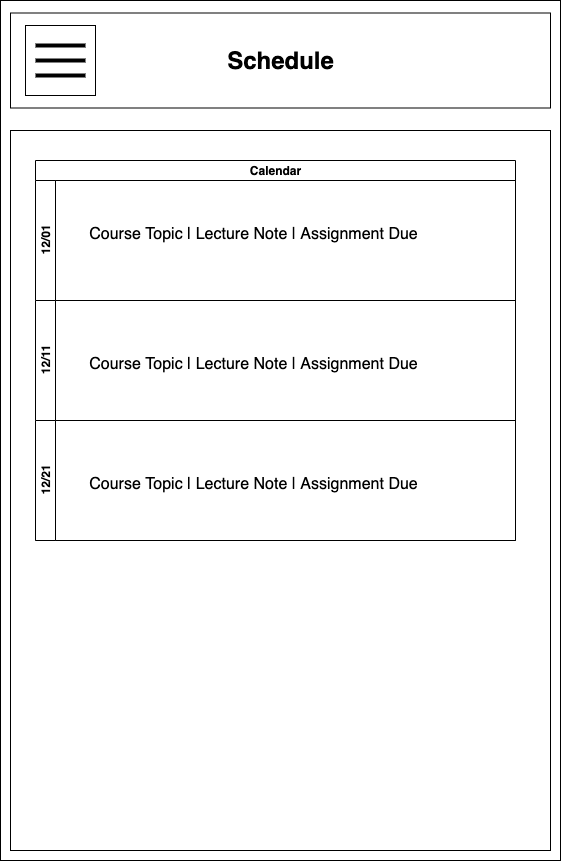
This is ux-design/Wireframe-Course-Homepage.png from software-assignments-spring2021/spring-2020-basic-thunder, a draw.io export, as it was before one commit. Source tidied: cells renumbered, new cells last; positions are measured from the earlier drawing's top-left corner, leaving out a move shared by most shapes. Source of this version:
```xml
<mxGraphModel>
  <root>
    <mxCell id="0" />
    <mxCell id="1" parent="0" />
    <mxCell id="2" style="rounded=0;whiteSpace=wrap;html=1;" parent="1" vertex="1">
      <mxGeometry width="560" height="860" as="geometry" />
    </mxCell>
    <mxCell id="3" style="rounded=0;whiteSpace=wrap;html=1;" parent="1" vertex="1">
      <mxGeometry x="10" y="12.5" width="540" height="95" as="geometry" />
    </mxCell>
    <mxCell id="4" value="Schedule" style="text;strokeColor=none;fillColor=none;html=1;fontSize=24;fontStyle=1;verticalAlign=middle;align=center;" parent="1" vertex="1">
      <mxGeometry x="230" y="40" width="100" height="40" as="geometry" />
    </mxCell>
    <mxCell id="5" style="whiteSpace=wrap;html=1;" parent="1" vertex="1">
      <mxGeometry x="25" y="25" width="70" height="70" as="geometry" />
    </mxCell>
    <mxCell id="6" style="line;strokeWidth=4;html=1;perimeter=backbonePerimeter;" parent="1" vertex="1">
      <mxGeometry x="35" y="40" width="50" height="10" as="geometry" />
    </mxCell>
    <mxCell id="7" style="line;strokeWidth=4;html=1;perimeter=backbonePerimeter;" parent="1" vertex="1">
      <mxGeometry x="35" y="55" width="50" height="10" as="geometry" />
    </mxCell>
    <mxCell id="8" style="line;strokeWidth=4;html=1;perimeter=backbonePerimeter;" parent="1" vertex="1">
      <mxGeometry x="35" y="70" width="50" height="10" as="geometry" />
    </mxCell>
    <mxCell id="9" style="rounded=0;whiteSpace=wrap;html=1;" parent="1" vertex="1">
      <mxGeometry x="10" y="130" width="540" height="720" as="geometry" />
    </mxCell>
    <mxCell id="10" value="Calendar" style="swimlane;html=1;horizontal=1;startSize=20;" parent="1" vertex="1">
      <mxGeometry x="35" y="160" width="480" height="380" as="geometry" />
    </mxCell>
    <mxCell id="11" value="12/01" style="swimlane;html=1;startSize=20;horizontal=0;" parent="10" vertex="1">
      <mxGeometry y="20" width="480" height="120" as="geometry" />
    </mxCell>
    <mxCell id="12" value="12/11" style="swimlane;html=1;startSize=20;horizontal=0;" parent="10" vertex="1">
      <mxGeometry y="140" width="480" height="120" as="geometry" />
    </mxCell>
    <mxCell id="13" value="12/21" style="swimlane;html=1;startSize=20;horizontal=0;" parent="10" vertex="1">
      <mxGeometry y="260" width="480" height="120" as="geometry" />
    </mxCell>
    <mxCell id="14" value="&lt;span style=&quot;font-weight: normal&quot;&gt;&lt;font style=&quot;font-size: 16px&quot;&gt;Course Topic | Lecture Note | Assignment Due&lt;/font&gt;&lt;/span&gt;" style="text;strokeColor=none;fillColor=none;html=1;fontSize=24;fontStyle=1;verticalAlign=middle;align=center;" parent="1" vertex="1">
      <mxGeometry x="85" y="210" width="335" height="40" as="geometry" />
    </mxCell>
    <mxCell id="15" value="&lt;span style=&quot;font-weight: normal&quot;&gt;&lt;font style=&quot;font-size: 16px&quot;&gt;Course Topic | Lecture Note | Assignment Due&lt;/font&gt;&lt;/span&gt;" style="text;strokeColor=none;fillColor=none;html=1;fontSize=24;fontStyle=1;verticalAlign=middle;align=center;" parent="1" vertex="1">
      <mxGeometry x="85" y="340" width="335" height="40" as="geometry" />
    </mxCell>
    <mxCell id="16" value="&lt;span style=&quot;font-weight: normal&quot;&gt;&lt;font style=&quot;font-size: 16px&quot;&gt;Course Topic | Lecture Note | Assignment Due&lt;/font&gt;&lt;/span&gt;" style="text;strokeColor=none;fillColor=none;html=1;fontSize=24;fontStyle=1;verticalAlign=middle;align=center;" parent="1" vertex="1">
      <mxGeometry x="85" y="460" width="335" height="40" as="geometry" />
    </mxCell>
  </root>
</mxGraphModel>
```
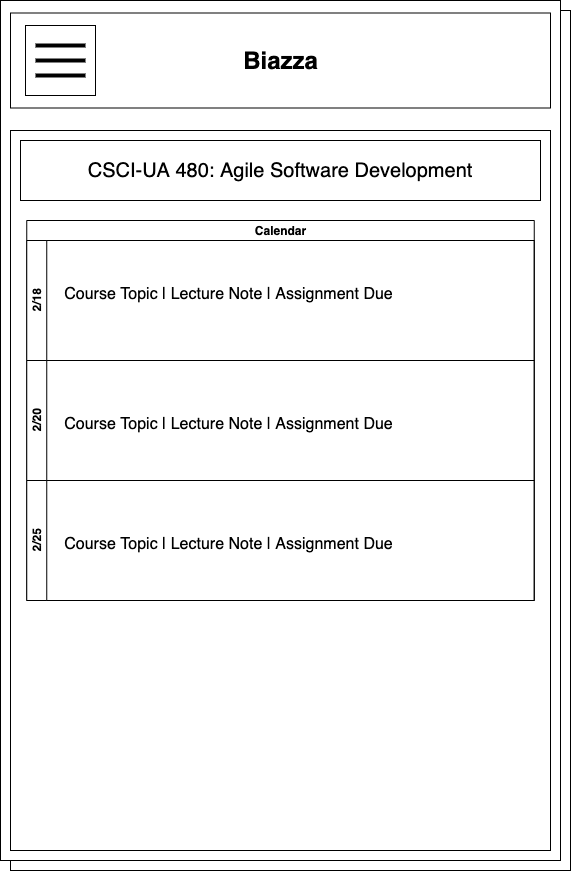
The same file after the commit.

Commit message:
update wireframe diagram design

Change to the diagram source:
```diff
@@ -8,9 +8,9 @@
     <mxCell id="3" style="rounded=0;whiteSpace=wrap;html=1;" parent="1" vertex="1">
       <mxGeometry x="10" y="12.5" width="540" height="95" as="geometry" />
     </mxCell>
-    <mxCell id="4" value="Schedule" style="text;strokeColor=none;fillColor=none;html=1;fontSize=24;fontStyle=1;verticalAlign=middle;align=center;" parent="1" vertex="1">
-      <mxGeometry x="230" y="40" width="100" height="40" as="geometry" />
-    </mxCell>
+    <mxCell id="17" value="Biazza" style="text;strokeColor=none;fillColor=none;html=1;fontSize=24;fontStyle=1;verticalAlign=middle;align=center;" parent="1" vertex="1">
+      <mxGeometry x="230" y="40" width="100" height="40" as="geometry" />
+    </mxCell>
     <mxCell id="5" style="whiteSpace=wrap;html=1;" parent="1" vertex="1">
       <mxGeometry x="25" y="25" width="70" height="70" as="geometry" />
     </mxCell>
@@ -26,26 +26,74 @@
     <mxCell id="9" style="rounded=0;whiteSpace=wrap;html=1;" parent="1" vertex="1">
       <mxGeometry x="10" y="130" width="540" height="720" as="geometry" />
     </mxCell>
-    <mxCell id="10" value="Calendar" style="swimlane;html=1;horizontal=1;startSize=20;" parent="1" vertex="1">
-      <mxGeometry x="35" y="160" width="480" height="380" as="geometry" />
-    </mxCell>
+    <mxCell id="18" value="Calendar" style="swimlane;html=1;horizontal=1;startSize=20;" parent="1" vertex="1">
+      <mxGeometry x="35" y="300" width="480" height="380" as="geometry" />
+    </mxCell>
-    <mxCell id="11" value="12/01" style="swimlane;html=1;startSize=20;horizontal=0;" parent="10" vertex="1">
+    <mxCell id="11" value="12/01" style="swimlane;html=1;startSize=20;horizontal=0;" parent="18" vertex="1">
       <mxGeometry y="20" width="480" height="120" as="geometry" />
     </mxCell>
-    <mxCell id="12" value="12/11" style="swimlane;html=1;startSize=20;horizontal=0;" parent="10" vertex="1">
+    <mxCell id="12" value="12/11" style="swimlane;html=1;startSize=20;horizontal=0;" parent="18" vertex="1">
       <mxGeometry y="140" width="480" height="120" as="geometry" />
     </mxCell>
-    <mxCell id="13" value="12/21" style="swimlane;html=1;startSize=20;horizontal=0;" parent="10" vertex="1">
+    <mxCell id="13" value="12/21" style="swimlane;html=1;startSize=20;horizontal=0;" parent="18" vertex="1">
       <mxGeometry y="260" width="480" height="120" as="geometry" />
     </mxCell>
-    <mxCell id="14" value="&lt;span style=&quot;font-weight: normal&quot;&gt;&lt;font style=&quot;font-size: 16px&quot;&gt;Course Topic | Lecture Note | Assignment Due&lt;/font&gt;&lt;/span&gt;" style="text;strokeColor=none;fillColor=none;html=1;fontSize=24;fontStyle=1;verticalAlign=middle;align=center;" parent="1" vertex="1">
-      <mxGeometry x="85" y="210" width="335" height="40" as="geometry" />
-    </mxCell>
-    <mxCell id="15" value="&lt;span style=&quot;font-weight: normal&quot;&gt;&lt;font style=&quot;font-size: 16px&quot;&gt;Course Topic | Lecture Note | Assignment Due&lt;/font&gt;&lt;/span&gt;" style="text;strokeColor=none;fillColor=none;html=1;fontSize=24;fontStyle=1;verticalAlign=middle;align=center;" parent="1" vertex="1">
-      <mxGeometry x="85" y="340" width="335" height="40" as="geometry" />
-    </mxCell>
-    <mxCell id="16" value="&lt;span style=&quot;font-weight: normal&quot;&gt;&lt;font style=&quot;font-size: 16px&quot;&gt;Course Topic | Lecture Note | Assignment Due&lt;/font&gt;&lt;/span&gt;" style="text;strokeColor=none;fillColor=none;html=1;fontSize=24;fontStyle=1;verticalAlign=middle;align=center;" parent="1" vertex="1">
-      <mxGeometry x="85" y="460" width="335" height="40" as="geometry" />
-    </mxCell>
+    <mxCell id="19" value="&lt;span style=&quot;font-weight: normal&quot;&gt;&lt;font style=&quot;font-size: 16px&quot;&gt;Course Topic | Lecture Note | Assignment Due&lt;/font&gt;&lt;/span&gt;" style="text;strokeColor=none;fillColor=none;html=1;fontSize=24;fontStyle=1;verticalAlign=middle;align=center;" parent="1" vertex="1">
+      <mxGeometry x="85" y="350" width="335" height="40" as="geometry" />
+    </mxCell>
+    <mxCell id="20" value="&lt;span style=&quot;font-weight: normal&quot;&gt;&lt;font style=&quot;font-size: 16px&quot;&gt;Course Topic | Lecture Note | Assignment Due&lt;/font&gt;&lt;/span&gt;" style="text;strokeColor=none;fillColor=none;html=1;fontSize=24;fontStyle=1;verticalAlign=middle;align=center;" parent="1" vertex="1">
+      <mxGeometry x="85" y="480" width="335" height="40" as="geometry" />
+    </mxCell>
+    <mxCell id="21" value="&lt;span style=&quot;font-weight: normal&quot;&gt;&lt;font style=&quot;font-size: 16px&quot;&gt;Course Topic | Lecture Note | Assignment Due&lt;/font&gt;&lt;/span&gt;" style="text;strokeColor=none;fillColor=none;html=1;fontSize=24;fontStyle=1;verticalAlign=middle;align=center;" parent="1" vertex="1">
+      <mxGeometry x="85" y="600" width="335" height="40" as="geometry" />
+    </mxCell>
+    <mxCell id="22" style="rounded=0;whiteSpace=wrap;html=1;" parent="1" vertex="1">
+      <mxGeometry x="-10" y="-10" width="560" height="860" as="geometry" />
+    </mxCell>
+    <mxCell id="23" style="rounded=0;whiteSpace=wrap;html=1;" parent="1" vertex="1">
+      <mxGeometry y="2.5" width="540" height="95" as="geometry" />
+    </mxCell>
+    <mxCell id="24" value="Biazza" style="text;strokeColor=none;fillColor=none;html=1;fontSize=24;fontStyle=1;verticalAlign=middle;align=center;" parent="1" vertex="1">
+      <mxGeometry x="220" y="30" width="100" height="40" as="geometry" />
+    </mxCell>
+    <mxCell id="25" style="whiteSpace=wrap;html=1;" parent="1" vertex="1">
+      <mxGeometry x="15" y="15" width="70" height="70" as="geometry" />
+    </mxCell>
+    <mxCell id="26" style="line;strokeWidth=4;html=1;perimeter=backbonePerimeter;" parent="1" vertex="1">
+      <mxGeometry x="25" y="30" width="50" height="10" as="geometry" />
+    </mxCell>
+    <mxCell id="27" style="line;strokeWidth=4;html=1;perimeter=backbonePerimeter;" parent="1" vertex="1">
+      <mxGeometry x="25" y="45" width="50" height="10" as="geometry" />
+    </mxCell>
+    <mxCell id="28" style="line;strokeWidth=4;html=1;perimeter=backbonePerimeter;" parent="1" vertex="1">
+      <mxGeometry x="25" y="60" width="50" height="10" as="geometry" />
+    </mxCell>
+    <mxCell id="29" style="rounded=0;whiteSpace=wrap;html=1;" parent="1" vertex="1">
+      <mxGeometry y="120" width="540" height="720" as="geometry" />
+    </mxCell>
+    <mxCell id="30" value="Calendar" style="swimlane;html=1;horizontal=1;startSize=20;" parent="1" vertex="1">
+      <mxGeometry x="16.2" y="210" width="507.5" height="380" as="geometry" />
+    </mxCell>
+    <mxCell id="31" value="2/18" style="swimlane;html=1;startSize=20;horizontal=0;" parent="30" vertex="1">
+      <mxGeometry y="20" width="507.5" height="120" as="geometry" />
+    </mxCell>
+    <mxCell id="32" value="2/20" style="swimlane;html=1;startSize=20;horizontal=0;" parent="30" vertex="1">
+      <mxGeometry y="140" width="507.5" height="120" as="geometry" />
+    </mxCell>
+    <mxCell id="33" value="2/25" style="swimlane;html=1;startSize=20;horizontal=0;" parent="30" vertex="1">
+      <mxGeometry y="260" width="507.5" height="120" as="geometry" />
+    </mxCell>
+    <mxCell id="34" value="&lt;font style=&quot;font-size: 20px&quot;&gt;CSCI-UA 480: Agile Software Development&lt;/font&gt;" style="rounded=0;whiteSpace=wrap;html=1;" parent="1" vertex="1">
+      <mxGeometry x="10" y="130" width="520" height="60" as="geometry" />
+    </mxCell>
+    <mxCell id="35" value="&lt;span style=&quot;font-weight: normal&quot;&gt;&lt;font style=&quot;font-size: 16px&quot;&gt;Course Topic | Lecture Note | Assignment Due&lt;/font&gt;&lt;/span&gt;" style="text;strokeColor=none;fillColor=none;html=1;fontSize=24;fontStyle=1;verticalAlign=middle;align=center;" parent="1" vertex="1">
+      <mxGeometry x="50" y="260" width="335" height="40" as="geometry" />
+    </mxCell>
+    <mxCell id="36" value="&lt;span style=&quot;font-weight: normal&quot;&gt;&lt;font style=&quot;font-size: 16px&quot;&gt;Course Topic | Lecture Note | Assignment Due&lt;/font&gt;&lt;/span&gt;" style="text;strokeColor=none;fillColor=none;html=1;fontSize=24;fontStyle=1;verticalAlign=middle;align=center;" parent="1" vertex="1">
+      <mxGeometry x="50" y="390" width="335" height="40" as="geometry" />
+    </mxCell>
+    <mxCell id="37" value="&lt;span style=&quot;font-weight: normal&quot;&gt;&lt;font style=&quot;font-size: 16px&quot;&gt;Course Topic | Lecture Note | Assignment Due&lt;/font&gt;&lt;/span&gt;" style="text;strokeColor=none;fillColor=none;html=1;fontSize=24;fontStyle=1;verticalAlign=middle;align=center;" parent="1" vertex="1">
+      <mxGeometry x="50" y="510" width="335" height="40" as="geometry" />
+    </mxCell>
   </root>
 </mxGraphModel>
```
